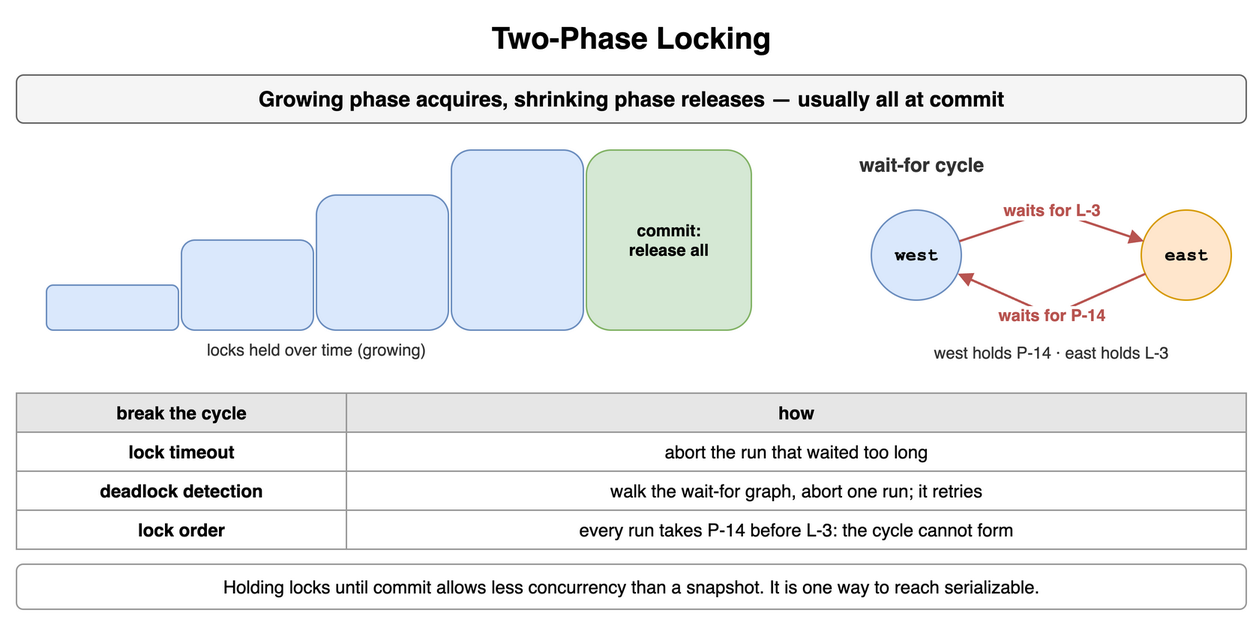
amendez13/swe-study-guide keeps this draw.io diagram as content/09_System_Design_Interview/16_Transactions_and_Concurrency_Control/diagrams/transactions-4-two-phase-locking.png. Above is the earlier version. Source tidied: cells renumbered, new cells last; positions are measured from the earlier drawing's top-left corner, leaving out a move shared by most shapes.
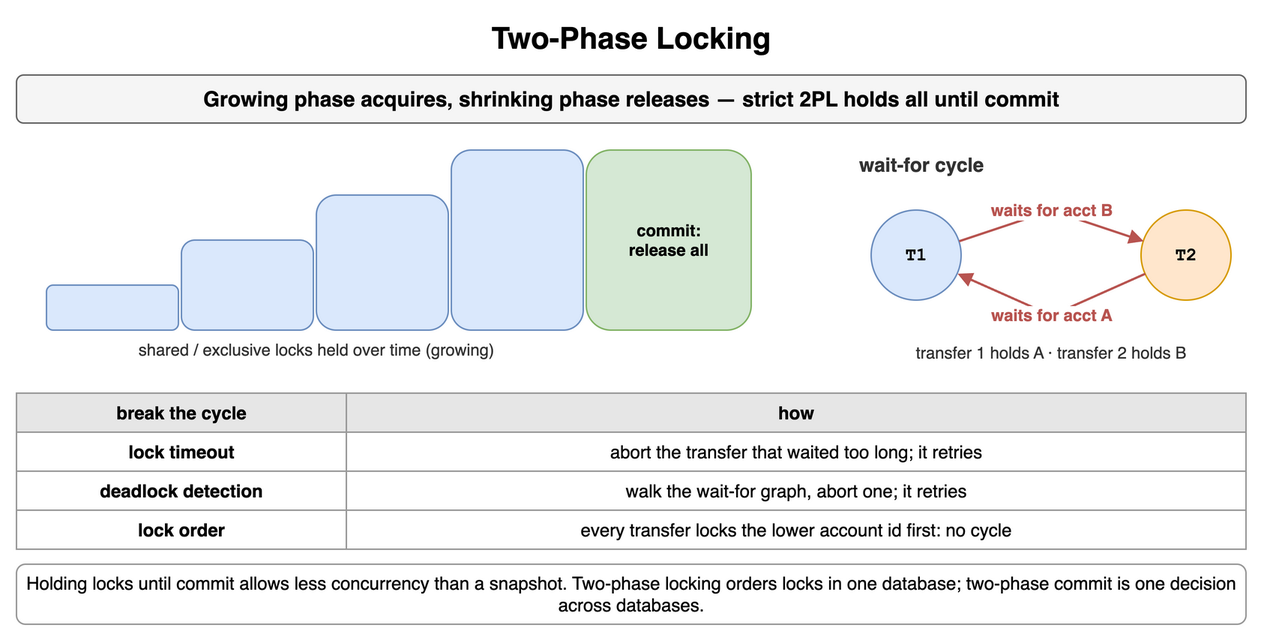
The same diagram one commit later.

What changed in the source:
```diff
@@ -5,82 +5,79 @@
     <mxCell id="2" value="Two-Phase Locking" style="text;html=1;align=center;verticalAlign=middle;whiteSpace=wrap;fontSize=20;fontStyle=1;" parent="1" vertex="1">
       <mxGeometry width="820" height="30" as="geometry" />
     </mxCell>
-    <mxCell id="3" value="Growing phase acquires, shrinking phase releases — usually all at commit" style="rounded=1;whiteSpace=wrap;html=1;fillColor=#f5f5f5;strokeColor=#666666;fontStyle=1;fontSize=14;" parent="1" vertex="1">
+    <mxCell id="3" value="Growing phase acquires, shrinking phase releases — strict 2PL holds all until commit" style="rounded=1;whiteSpace=wrap;html=1;fillColor=#f5f5f5;strokeColor=#666666;fontStyle=1;fontSize=14;" parent="1" vertex="1">
       <mxGeometry y="40" width="820" height="32" as="geometry" />
     </mxCell>
-    <mxCell id="4" parent="1" vertex="1">
-      <mxGeometry x="20" y="170" as="geometry" />
+    <mxCell id="4" style="rounded=1;whiteSpace=wrap;html=1;fillColor=#dae8fc;strokeColor=#6c8ebf;fontSize=12;align=center;fontStyle=1;" parent="1" vertex="1">
+      <mxGeometry x="20" y="180" width="88" height="30" as="geometry" />
     </mxCell>
     <mxCell id="5" style="rounded=1;whiteSpace=wrap;html=1;fillColor=#dae8fc;strokeColor=#6c8ebf;fontSize=12;align=center;fontStyle=1;" parent="1" vertex="1">
-      <mxGeometry x="20" y="180" width="88" height="30" as="geometry" />
+      <mxGeometry x="110" y="150" width="88" height="60" as="geometry" />
     </mxCell>
     <mxCell id="6" style="rounded=1;whiteSpace=wrap;html=1;fillColor=#dae8fc;strokeColor=#6c8ebf;fontSize=12;align=center;fontStyle=1;" parent="1" vertex="1">
-      <mxGeometry x="110" y="150" width="88" height="60" as="geometry" />
+      <mxGeometry x="200" y="120" width="88" height="90" as="geometry" />
     </mxCell>
     <mxCell id="7" style="rounded=1;whiteSpace=wrap;html=1;fillColor=#dae8fc;strokeColor=#6c8ebf;fontSize=12;align=center;fontStyle=1;" parent="1" vertex="1">
-      <mxGeometry x="200" y="120" width="88" height="90" as="geometry" />
+      <mxGeometry x="290" y="90" width="88" height="120" as="geometry" />
     </mxCell>
-    <mxCell id="8" style="rounded=1;whiteSpace=wrap;html=1;fillColor=#dae8fc;strokeColor=#6c8ebf;fontSize=12;align=center;fontStyle=1;" parent="1" vertex="1">
-      <mxGeometry x="290" y="90" width="88" height="120" as="geometry" />
+    <mxCell id="8" value="commit:&lt;br&gt;release all" style="rounded=1;whiteSpace=wrap;html=1;fillColor=#d5e8d4;strokeColor=#82b366;fontSize=11;align=center;fontStyle=1;" parent="1" vertex="1">
+      <mxGeometry x="380" y="90" width="110" height="120" as="geometry" />
     </mxCell>
-    <mxCell id="9" value="commit:&lt;br&gt;release all" style="rounded=1;whiteSpace=wrap;html=1;fillColor=#d5e8d4;strokeColor=#82b366;fontSize=11;align=center;fontStyle=1;" parent="1" vertex="1">
-      <mxGeometry x="380" y="90" width="110" height="120" as="geometry" />
+    <mxCell id="9" value="shared / exclusive locks held over time (growing)" style="text;html=1;whiteSpace=wrap;fontSize=11;align=center;verticalAlign=middle;fontSize=11;fontColor=#333333;" parent="1" vertex="1">
+      <mxGeometry x="20" y="214" width="360" height="18" as="geometry" />
     </mxCell>
-    <mxCell id="10" value="locks held over time (growing)" style="text;html=1;whiteSpace=wrap;fontSize=11;align=center;verticalAlign=middle;fontSize=11;fontColor=#333333;" parent="1" vertex="1">
-      <mxGeometry x="20" y="214" width="360" height="18" as="geometry" />
+    <mxCell id="10" value="wait-for cycle" style="text;html=1;whiteSpace=wrap;fontSize=11;align=left;verticalAlign=middle;fontSize=13;fontColor=#333333;fontStyle=1;" parent="1" vertex="1">
+      <mxGeometry x="560" y="90" width="260" height="20" as="geometry" />
     </mxCell>
-    <mxCell id="11" value="wait-for cycle" style="text;html=1;whiteSpace=wrap;fontSize=11;align=left;verticalAlign=middle;fontSize=13;fontColor=#333333;fontStyle=1;" parent="1" vertex="1">
-      <mxGeometry x="560" y="90" width="260" height="20" as="geometry" />
+    <mxCell id="11" value="T1" style="ellipse;whiteSpace=wrap;html=1;fontStyle=1;fontSize=12;fontFamily=Courier New;fillColor=#dae8fc;strokeColor=#6c8ebf;" parent="1" vertex="1">
+      <mxGeometry x="570" y="130" width="60" height="60" as="geometry" />
     </mxCell>
-    <mxCell id="12" value="west" style="ellipse;whiteSpace=wrap;html=1;fontStyle=1;fontSize=12;fontFamily=Courier New;fillColor=#dae8fc;strokeColor=#6c8ebf;" parent="1" vertex="1">
-      <mxGeometry x="570" y="130" width="60" height="60" as="geometry" />
+    <mxCell id="12" value="T2" style="ellipse;whiteSpace=wrap;html=1;fontStyle=1;fontSize=12;fontFamily=Courier New;fillColor=#ffe6cc;strokeColor=#d79b00;" parent="1" vertex="1">
+      <mxGeometry x="750" y="130" width="60" height="60" as="geometry" />
     </mxCell>
-    <mxCell id="13" value="east" style="ellipse;whiteSpace=wrap;html=1;fontStyle=1;fontSize=12;fontFamily=Courier New;fillColor=#ffe6cc;strokeColor=#d79b00;" parent="1" vertex="1">
-      <mxGeometry x="750" y="130" width="60" height="60" as="geometry" />
+    <mxCell id="13" value="waits for acct B" style="endArrow=block;endSize=6;html=1;strokeWidth=1.5;strokeColor=#b85450;fontSize=11;labelBackgroundColor=#ffffff;fontColor=#b85450;fontStyle=1;" parent="1" edge="1" source="11" target="12">
+      <mxGeometry relative="1" as="geometry">
+        <Array as="points">
+          <mxPoint x="690" y="130" />
+        </Array>
+      </mxGeometry>
     </mxCell>
-    <mxCell id="14" value="waits for L-3" style="endArrow=block;endSize=6;html=1;strokeWidth=1.5;strokeColor=#b85450;fontSize=11;labelBackgroundColor=#ffffff;fontColor=#b85450;fontStyle=1;" parent="1" edge="1" source="12" target="13">
+    <mxCell id="14" value="waits for acct A" style="endArrow=block;endSize=6;html=1;strokeWidth=1.5;strokeColor=#b85450;fontSize=11;labelBackgroundColor=#ffffff;fontColor=#b85450;fontStyle=1;" parent="1" edge="1" source="12" target="11">
       <mxGeometry relative="1" as="geometry">
         <Array as="points">
-          <mxPoint x="690" y="130" />
+          <mxPoint x="690" y="200" />
         </Array>
       </mxGeometry>
     </mxCell>
-    <mxCell id="15" value="waits for P-14" style="endArrow=block;endSize=6;html=1;strokeWidth=1.5;strokeColor=#b85450;fontSize=11;labelBackgroundColor=#ffffff;fontColor=#b85450;fontStyle=1;" parent="1" edge="1" source="13" target="12">
-      <mxGeometry relative="1" as="geometry">
-        <Array as="points">
-          <mxPoint x="690" y="200" />
-        </Array>
-      </mxGeometry>
+    <mxCell id="15" value="transfer 1 holds A · transfer 2 holds B" style="text;html=1;whiteSpace=wrap;fontSize=11;align=center;verticalAlign=middle;fontSize=11;fontColor=#333333;" parent="1" vertex="1">
+      <mxGeometry x="550" y="216" width="280" height="18" as="geometry" />
     </mxCell>
-    <mxCell id="16" value="west holds P-14 · east holds L-3" style="text;html=1;whiteSpace=wrap;fontSize=11;align=center;verticalAlign=middle;fontSize=11;fontColor=#333333;" parent="1" vertex="1">
-      <mxGeometry x="560" y="216" width="260" height="18" as="geometry" />
+    <mxCell id="16" value="break the cycle" style="whiteSpace=wrap;html=1;fillColor=#e6e6e6;strokeColor=#999999;fontStyle=1;fontSize=12;" parent="1" vertex="1">
+      <mxGeometry y="252" width="220" height="26" as="geometry" />
     </mxCell>
-    <mxCell id="17" value="break the cycle" style="whiteSpace=wrap;html=1;fillColor=#e6e6e6;strokeColor=#999999;fontStyle=1;fontSize=12;" parent="1" vertex="1">
-      <mxGeometry y="252" width="220" height="26" as="geometry" />
+    <mxCell id="17" value="how" style="whiteSpace=wrap;html=1;fillColor=#e6e6e6;strokeColor=#999999;fontStyle=1;fontSize=12;" parent="1" vertex="1">
+      <mxGeometry x="220" y="252" width="600" height="26" as="geometry" />
     </mxCell>
-    <mxCell id="18" value="how" style="whiteSpace=wrap;html=1;fillColor=#e6e6e6;strokeColor=#999999;fontStyle=1;fontSize=12;" parent="1" vertex="1">
-      <mxGeometry x="220" y="252" width="600" height="26" as="geometry" />
+    <mxCell id="18" value="lock timeout" style="whiteSpace=wrap;html=1;strokeColor=#999999;fontSize=12;fillColor=#ffffff;fontStyle=1;" parent="1" vertex="1">
+      <mxGeometry y="278" width="220" height="26" as="geometry" />
     </mxCell>
-    <mxCell id="19" value="lock timeout" style="whiteSpace=wrap;html=1;strokeColor=#999999;fontSize=12;fillColor=#ffffff;fontStyle=1;" parent="1" vertex="1">
-      <mxGeometry y="278" width="220" height="26" as="geometry" />
+    <mxCell id="19" value="abort the transfer that waited too long; it retries" style="whiteSpace=wrap;html=1;strokeColor=#999999;fontSize=12;fillColor=#ffffff;" parent="1" vertex="1">
+      <mxGeometry x="220" y="278" width="600" height="26" as="geometry" />
     </mxCell>
-    <mxCell id="20" value="abort the run that waited too long" style="whiteSpace=wrap;html=1;strokeColor=#999999;fontSize=12;fillColor=#ffffff;" parent="1" vertex="1">
-      <mxGeometry x="220" y="278" width="600" height="26" as="geometry" />
+    <mxCell id="20" value="deadlock detection" style="whiteSpace=wrap;html=1;strokeColor=#999999;fontSize=12;fillColor=#ffffff;fontStyle=1;" parent="1" vertex="1">
+      <mxGeometry y="304" width="220" height="26" as="geometry" />
     </mxCell>
-    <mxCell id="21" value="deadlock detection" style="whiteSpace=wrap;html=1;strokeColor=#999999;fontSize=12;fillColor=#ffffff;fontStyle=1;" parent="1" vertex="1">
-      <mxGeometry y="304" width="220" height="26" as="geometry" />
+    <mxCell id="21" value="walk the wait-for graph, abort one; it retries" style="whiteSpace=wrap;html=1;strokeColor=#999999;fontSize=12;fillColor=#ffffff;" parent="1" vertex="1">
+      <mxGeometry x="220" y="304" width="600" height="26" as="geometry" />
     </mxCell>
-    <mxCell id="22" value="walk the wait-for graph, abort one run; it retries" style="whiteSpace=wrap;html=1;strokeColor=#999999;fontSize=12;fillColor=#ffffff;" parent="1" vertex="1">
-      <mxGeometry x="220" y="304" width="600" height="26" as="geometry" />
+    <mxCell id="22" value="lock order" style="whiteSpace=wrap;html=1;strokeColor=#999999;fontSize=12;fillColor=#ffffff;fontStyle=1;" parent="1" vertex="1">
+      <mxGeometry y="330" width="220" height="26" as="geometry" />
     </mxCell>
-    <mxCell id="23" value="lock order" style="whiteSpace=wrap;html=1;strokeColor=#999999;fontSize=12;fillColor=#ffffff;fontStyle=1;" parent="1" vertex="1">
-      <mxGeometry y="330" width="220" height="26" as="geometry" />
+    <mxCell id="23" value="every transfer locks the lower account id first: no cycle" style="whiteSpace=wrap;html=1;strokeColor=#999999;fontSize=12;fillColor=#ffffff;" parent="1" vertex="1">
+      <mxGeometry x="220" y="330" width="600" height="26" as="geometry" />
     </mxCell>
-    <mxCell id="24" value="every run takes P-14 before L-3: the cycle cannot form" style="whiteSpace=wrap;html=1;strokeColor=#999999;fontSize=12;fillColor=#ffffff;" parent="1" vertex="1">
-      <mxGeometry x="220" y="330" width="600" height="26" as="geometry" />
+    <mxCell id="24" value="Holding locks until commit allows less concurrency than a snapshot. Two-phase locking orders locks in one database; two-phase commit is one decision across databases." style="rounded=1;whiteSpace=wrap;html=1;fillColor=#ffffff;strokeColor=#999999;fontSize=12;align=center;" parent="1" vertex="1">
+      <mxGeometry y="366" width="820" height="40" as="geometry" />
     </mxCell>
-    <mxCell id="25" value="Holding locks until commit allows less concurrency than a snapshot. It is one way to reach serializable." style="rounded=1;whiteSpace=wrap;html=1;fillColor=#ffffff;strokeColor=#999999;fontSize=12;align=center;" parent="1" vertex="1">
-      <mxGeometry y="366" width="820" height="30" as="geometry" />
-    </mxCell>
   </root>
 </mxGraphModel>
```
